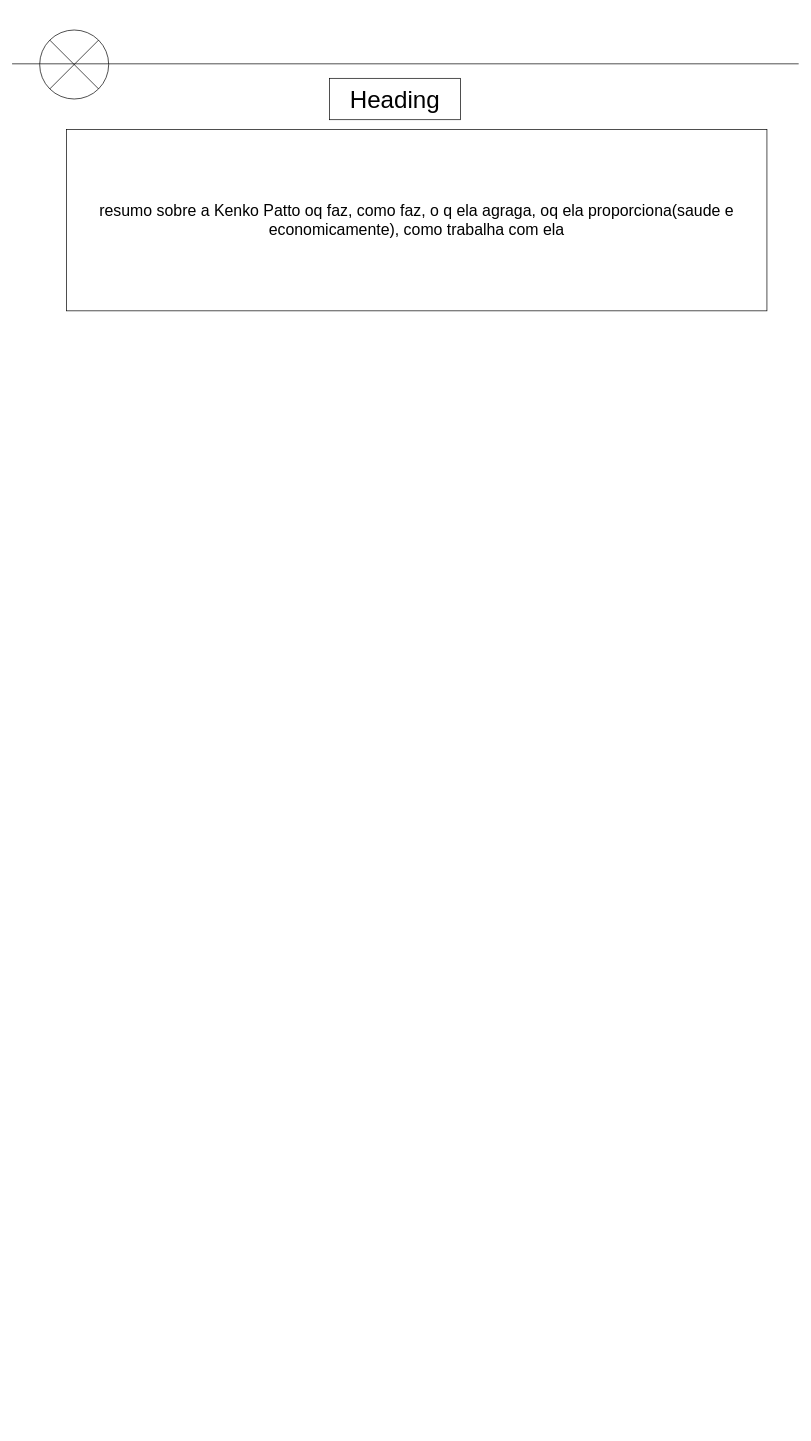
Earlier version of the draw.io diagram Diagrama sem nome.drawio (josezito69/html5css3). Source tidied: cells renumbered, new cells numbered last; positions are measured from the earlier drawing's top-left corner, leaving out a move shared by most shapes. Both pictures are drawn from the tidied source at 69%, with x=0, y=0 at pixel (12, 30).
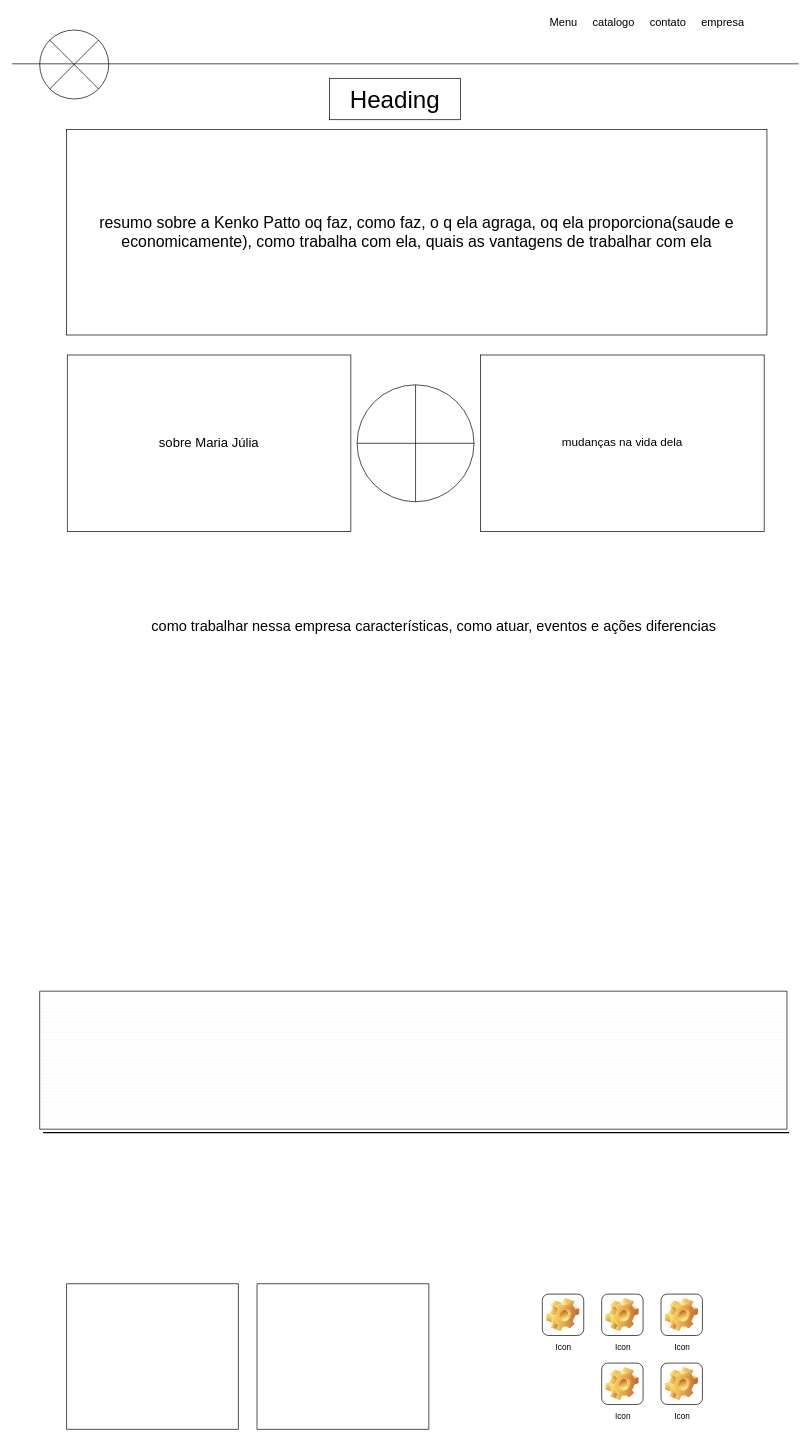
The same page after the edit.

Diff of the diagram source:
```diff
@@
-    <mxCell id="5" value="&lt;div style=&quot;&quot;&gt;&lt;span style=&quot;font-size: 23px; background-color: initial;&quot;&gt;resumo sobre a Kenko Patto oq faz, como faz, o q ela agraga, oq ela proporciona(saude e economicamente), como trabalha com ela&lt;/span&gt;&lt;/div&gt;" style="whiteSpace=wrap;html=1;align=center;" parent="1" vertex="1">
-      <mxGeometry x="79" y="144" width="1015" height="263" as="geometry" />
+    <mxCell id="5" value="&lt;div style=&quot;&quot;&gt;&lt;span style=&quot;font-size: 23px; background-color: initial;&quot;&gt;resumo sobre a Kenko Patto oq faz, como faz, o q ela agraga, oq ela proporciona(saude e economicamente), como trabalha com ela, quais as vantagens de trabalhar com ela&lt;/span&gt;&lt;/div&gt;" style="whiteSpace=wrap;html=1;align=center;" parent="1" vertex="1">
+      <mxGeometry x="79" y="144" width="1015" height="298" as="geometry" />
     </mxCell>
+    <mxCell id="6" value="&lt;font style=&quot;font-size: 16px;&quot;&gt;Menu&amp;nbsp; &amp;nbsp; &amp;nbsp;catalogo&amp;nbsp; &amp;nbsp; &amp;nbsp;contato&amp;nbsp; &amp;nbsp; &amp;nbsp;empresa&lt;/font&gt;" style="text;strokeColor=none;align=center;fillColor=none;html=1;verticalAlign=middle;whiteSpace=wrap;rounded=0;" parent="1" vertex="1">
+      <mxGeometry x="714" y="-26" width="413" height="30" as="geometry" />
+    </mxCell>
+    <mxCell id="7" style="verticalLabelPosition=bottom;verticalAlign=top;html=1;shape=mxgraph.flowchart.summing_function;" parent="1" vertex="1">
+      <mxGeometry x="500" y="514.2" width="169.5" height="169.5" as="geometry" />
+    </mxCell>
+    <mxCell id="8" value="&lt;font style=&quot;font-size: 19px;&quot;&gt;sobre Maria Júlia&lt;/font&gt;" style="whiteSpace=wrap;html=1;align=center;" parent="1" vertex="1">
+      <mxGeometry x="80" y="471" width="411" height="256" as="geometry" />
+    </mxCell>
+    <mxCell id="9" value="&lt;font style=&quot;font-size: 17px;&quot;&gt;mudanças na vida dela&lt;/font&gt;" style="whiteSpace=wrap;html=1;align=center;" parent="1" vertex="1">
+      <mxGeometry x="679" y="471" width="411" height="256" as="geometry" />
+    </mxCell>
+    <mxCell id="10" value="&lt;font style=&quot;font-size: 21px;&quot;&gt;como trabalhar nessa empresa características, como atuar, eventos e ações diferencias&lt;/font&gt;&lt;div&gt;&lt;font style=&quot;font-size: 21px;&quot;&gt;&lt;br&gt;&lt;/font&gt;&lt;/div&gt;" style="text;html=1;align=center;verticalAlign=middle;strokeColor=none;fillColor=none;fontSize=21;" parent="1" vertex="1">
+      <mxGeometry x="193" y="845" width="836" height="62" as="geometry" />
+    </mxCell>
+    <mxCell id="11" style="line;strokeWidth=2;html=1;" parent="1" vertex="1">
+      <mxGeometry x="45" y="1593" width="1081" height="10" as="geometry" />
+    </mxCell>
+    <mxCell id="12" value="Icon" style="icon;html=1;image=img/clipart/Gear_128x128.png;" parent="1" vertex="1">
+      <mxGeometry x="854.5" y="1932" width="60" height="60" as="geometry" />
+    </mxCell>
+    <mxCell id="13" value="Icon" style="icon;html=1;image=img/clipart/Gear_128x128.png;" parent="1" vertex="1">
+      <mxGeometry x="768.5" y="1832" width="60" height="60" as="geometry" />
+    </mxCell>
+    <mxCell id="14" value="Icon" style="icon;html=1;image=img/clipart/Gear_128x128.png;" parent="1" vertex="1">
+      <mxGeometry x="854.5" y="1832" width="60" height="60" as="geometry" />
+    </mxCell>
+    <mxCell id="15" value="Icon" style="icon;html=1;image=img/clipart/Gear_128x128.png;" parent="1" vertex="1">
+      <mxGeometry x="940.5" y="1832" width="60" height="60" as="geometry" />
+    </mxCell>
+    <mxCell id="16" value="Icon" style="icon;html=1;image=img/clipart/Gear_128x128.png;" parent="1" vertex="1">
+      <mxGeometry x="940.5" y="1932" width="60" height="60" as="geometry" />
+    </mxCell>
+    <mxCell id="17" style="verticalLabelPosition=bottom;verticalAlign=top;html=1;shape=mxgraph.basic.rect;fillColor2=none;strokeWidth=1;size=20;indent=5;" parent="1" vertex="1">
+      <mxGeometry x="79" y="1817" width="249" height="211" as="geometry" />
+    </mxCell>
+    <mxCell id="18" style="verticalLabelPosition=bottom;verticalAlign=top;html=1;shape=mxgraph.basic.rect;fillColor2=none;strokeWidth=1;size=20;indent=5;" parent="1" vertex="1">
+      <mxGeometry x="355" y="1817" width="249" height="211" as="geometry" />
+    </mxCell>
+    <mxCell id="19" style="verticalLabelPosition=bottom;verticalAlign=top;html=1;shape=mxgraph.basic.patternFillRect;fillStyle=hor;step=5;fillStrokeWidth=0.2;fillStrokeColor=#dddddd;" parent="1" vertex="1">
+      <mxGeometry x="40" y="1393" width="1083" height="200" as="geometry" />
+    </mxCell>
```
